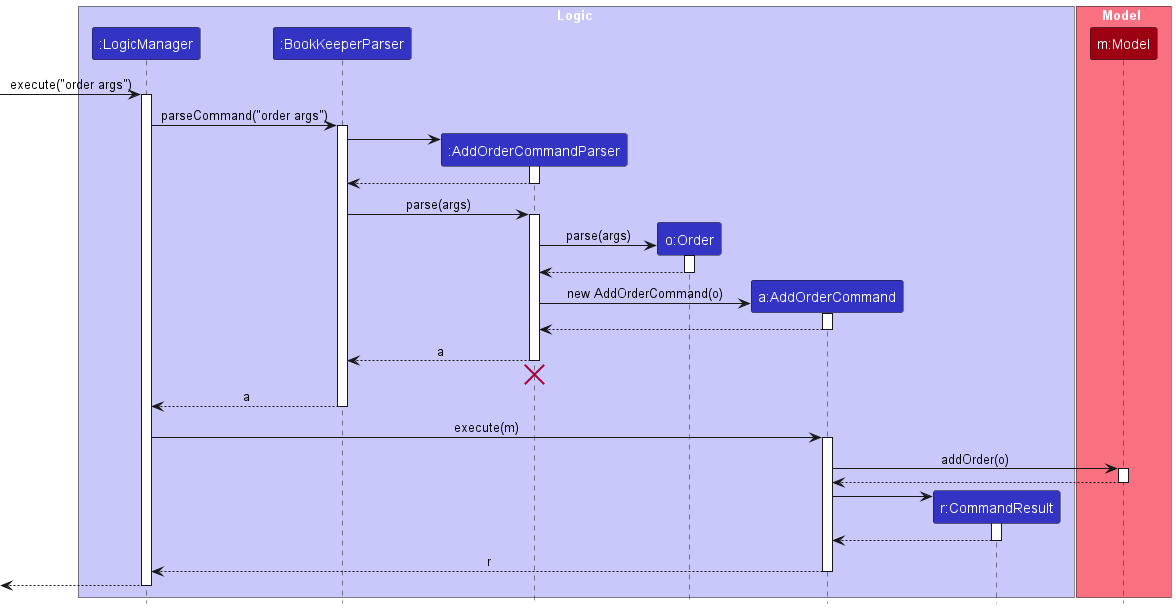
Before: docs/images/AddOrderSequenceDiagram.png, a diagram exported from PlantUML (shavonneg/tp). Source of this version:
```plantuml
@startuml
!include style.puml
skinparam ArrowFontStyle plain

box Logic LOGIC_COLOR_T1
participant ":LogicManager" as LogicManager LOGIC_COLOR
participant ":BookKeeperParser" as BookKeeperParser LOGIC_COLOR
participant ":AddOrderCommandParser" as AddOrderCommandParser LOGIC_COLOR
participant "o:Order" as Order LOGIC_COLOR
participant "a:AddOrderCommand" as AddOrderCommand LOGIC_COLOR
participant "r:CommandResult" as CommandResult LOGIC_COLOR
end box

box Model MODEL_COLOR_T1
participant "m:Model" as Model MODEL_COLOR
end box

[-> LogicManager : execute("order args")
activate LogicManager

LogicManager -> BookKeeperParser : parseCommand("order args")
activate BookKeeperParser

create AddOrderCommandParser
BookKeeperParser -> AddOrderCommandParser
activate AddOrderCommandParser

AddOrderCommandParser --> BookKeeperParser
deactivate AddOrderCommandParser

BookKeeperParser -> AddOrderCommandParser : parse(args)
activate AddOrderCommandParser

create Order
AddOrderCommandParser -> Order : parse(args)
activate Order
Order --> AddOrderCommandParser
deactivate Order

create AddOrderCommand
AddOrderCommandParser -> AddOrderCommand : new AddOrderCommand(o)
activate AddOrderCommand

AddOrderCommand --> AddOrderCommandParser :
deactivate AddOrderCommand

AddOrderCommandParser --> BookKeeperParser : a
deactivate AddOrderCommandParser
AddOrderCommandParser -[hidden]-> BookKeeperParser
destroy AddOrderCommandParser

BookKeeperParser --> LogicManager : a
deactivate BookKeeperParser

LogicManager -> AddOrderCommand : execute(m)
activate AddOrderCommand

AddOrderCommand -> Model : addOrder(o)
activate Model

Model --> AddOrderCommand
deactivate Model

create CommandResult
AddOrderCommand -> CommandResult
activate CommandResult

CommandResult --> AddOrderCommand
deactivate CommandResult

AddOrderCommand --> LogicManager : r
deactivate AddOrderCommand

[<--LogicManager
deactivate LogicManager
@enduml
```
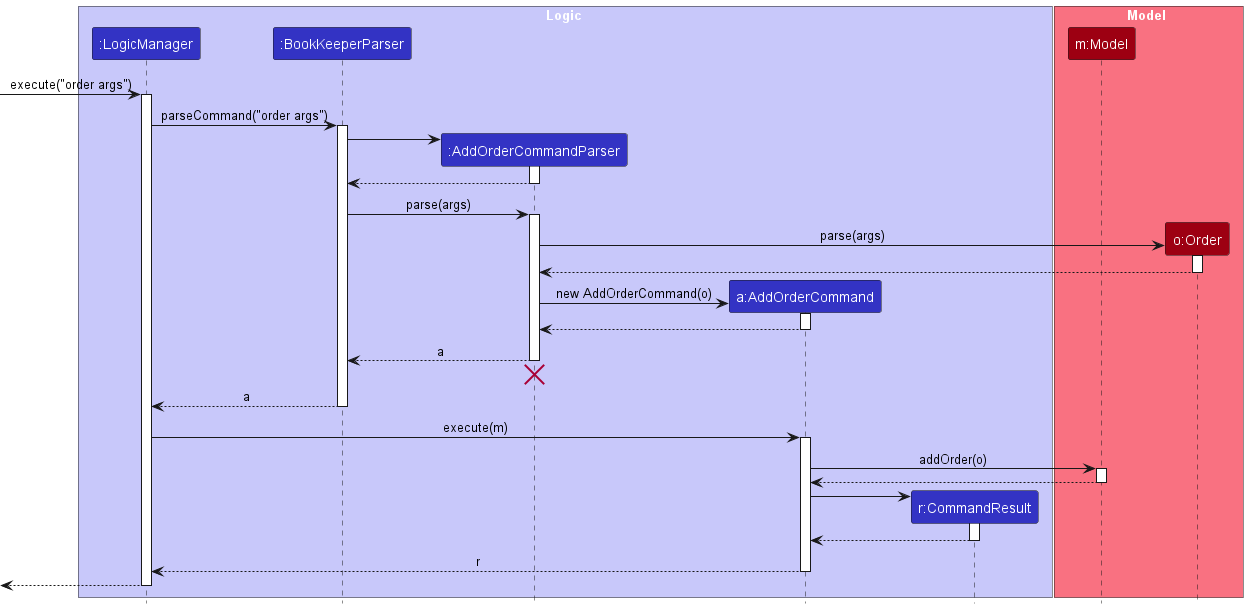
Later version of the same file.

Diff of the diagram source:
```diff
@@ -6,13 +6,13 @@
 participant ":LogicManager" as LogicManager LOGIC_COLOR
 participant ":BookKeeperParser" as BookKeeperParser LOGIC_COLOR
 participant ":AddOrderCommandParser" as AddOrderCommandParser LOGIC_COLOR
-participant "o:Order" as Order LOGIC_COLOR
 participant "a:AddOrderCommand" as AddOrderCommand LOGIC_COLOR
 participant "r:CommandResult" as CommandResult LOGIC_COLOR
 end box
 
 box Model MODEL_COLOR_T1
 participant "m:Model" as Model MODEL_COLOR
+participant "o:Order" as Order MODEL_COLOR
 end box
 
 [-> LogicManager : execute("order args")
```
